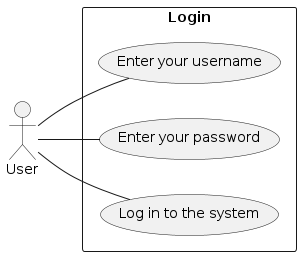
empulamarin11/api-explorer keeps this PlantUML diagram as docs/use-case-login.png. Above is the earlier version.
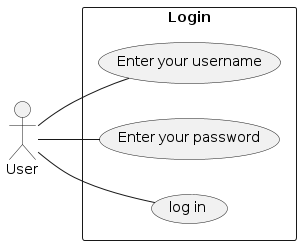
Above is the later version.

Commit message:
change all diagrams

What changed in the source:
```diff
@@ -2,8 +2,9 @@
 left to right direction
 actor User as user
 rectangle "Login" {
-  user -- (Log in to the system)
+  user -- (log in)
   user -- (Enter your password)
+
   user -- (Enter your username)
 }
 @enduml
```
